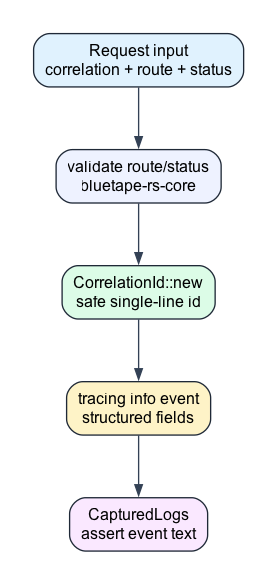
Above: docs/images/readme-diagrams/example-request-tracing-log-capture.png in bluetape4k/bluetape-rs-workshop (Graphviz), before the change. Its source is kept beside it as docs/images/readme-diagrams/example-request-tracing-log-capture.dot. Source of this version:
```dot
digraph "request-tracing-log-capture flow" {
  graph [rankdir=TB, bgcolor="white", pad="0.35", nodesep="0.55", ranksep="0.65"];
  node [shape=box, style="rounded,filled", fontname="Arial", fontsize=12, margin="0.12,0.08", color="#1f2937", fillcolor="#f8fafc"];
  edge [fontname="Arial", fontsize=10, color="#334155", arrowsize=0.8];

  request [label="Request input\ncorrelation + route + status", fillcolor="#e0f2fe"];
  validate [label="validate route/status\nbluetape-rs-core", fillcolor="#eef2ff"];
  id [label="CorrelationId::new\nsafe single-line id", fillcolor="#dcfce7"];
  event [label="tracing info event\nstructured fields", fillcolor="#fef3c7"];
  capture [label="CapturedLogs\nassert event text", fillcolor="#fae8ff"];

  request -> validate;
  validate -> id;
  id -> event;
  event -> capture;
}
```
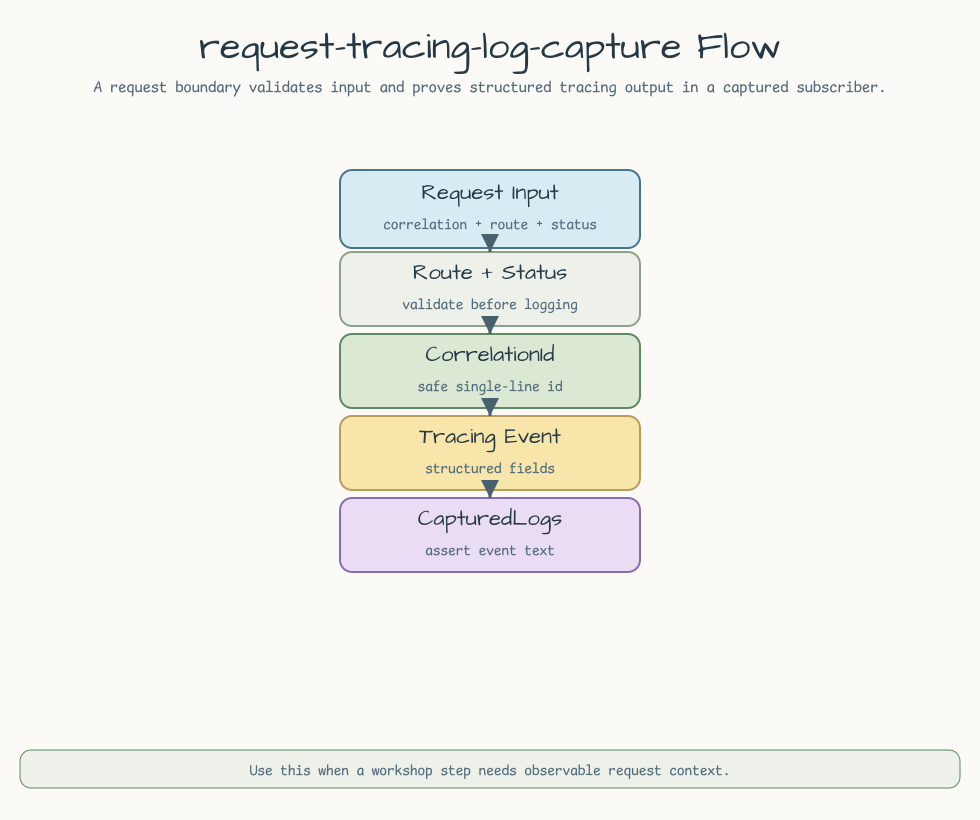
After the change.

Change to the diagram source:
```diff
@@ -1,16 +1,14 @@
-digraph "request-tracing-log-capture flow" {
-  graph [rankdir=TB, bgcolor="white", pad="0.35", nodesep="0.55", ranksep="0.65"];
-  node [shape=box, style="rounded,filled", fontname="Arial", fontsize=12, margin="0.12,0.08", color="#1f2937", fillcolor="#f8fafc"];
-  edge [fontname="Arial", fontsize=10, color="#334155", arrowsize=0.8];
-
-  request [label="Request input\ncorrelation + route + status", fillcolor="#e0f2fe"];
-  validate [label="validate route/status\nbluetape-rs-core", fillcolor="#eef2ff"];
-  id [label="CorrelationId::new\nsafe single-line id", fillcolor="#dcfce7"];
-  event [label="tracing info event\nstructured fields", fillcolor="#fef3c7"];
-  capture [label="CapturedLogs\nassert event text", fillcolor="#fae8ff"];
-
-  request -> validate;
-  validate -> id;
-  id -> event;
-  event -> capture;
+digraph "example-request-tracing-log-capture" {
+  graph [rankdir=LR, bgcolor="#fbfaf6", margin=0.2, nodesep=0.75, ranksep=0.9];
+  node [shape=box, style="rounded,filled", fontname="Architects Daughter", fontsize=18, color="#48758d", fillcolor="#d7ecf2"];
+  edge [fontname="Comic Mono", fontsize=11, color="#47616f", fontcolor="#35505f", penwidth=2];
+  step0 [label="Request Input\ncorrelation + route + status", fillcolor="#d7ecf2", color="#48758d"];
+  step1 [label="Route + Status\nvalidate before logging", fillcolor="#edf1e9", color="#91a08c"];
+  step2 [label="CorrelationId\nsafe single-line id", fillcolor="#dbe8d4", color="#5d8a62"];
+  step3 [label="Tracing Event\nstructured fields", fillcolor="#f7e5aa", color="#b99b5d"];
+  step4 [label="CapturedLogs\nassert event text", fillcolor="#eadcf5", color="#8a6bb0"];
+  step0 -> step1 [label="", color="#47616f", fontcolor="#47616f"];
+  step1 -> step2 [label="", color="#47616f", fontcolor="#47616f"];
+  step2 -> step3 [label="", color="#47616f", fontcolor="#47616f"];
+  step3 -> step4 [label="", color="#47616f", fontcolor="#47616f"];
 }
```
